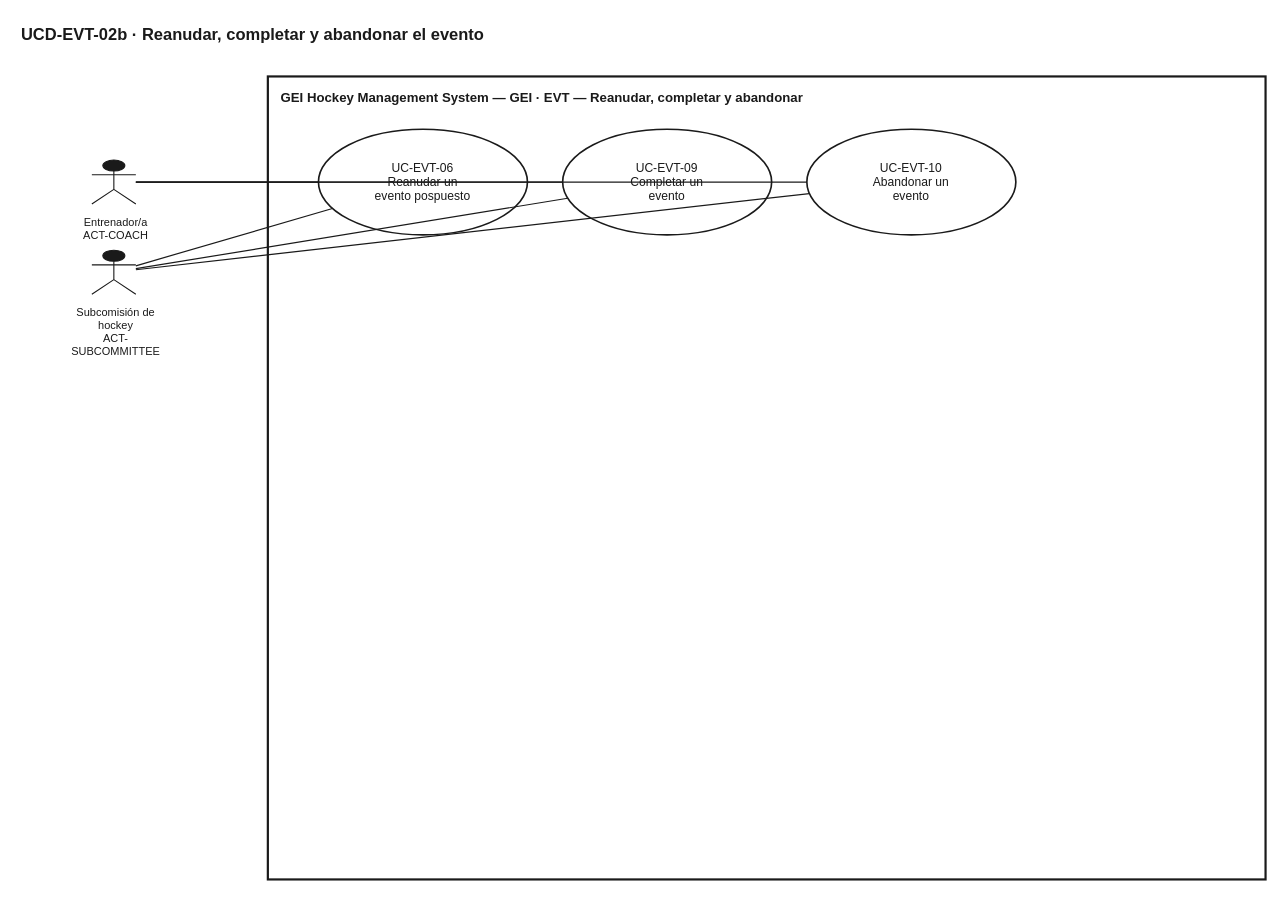
Before: docs/uml/use-cases/source/UCD-EVT-02b__GEI_Event_State_Transitions.drawio in xeyroxpagode/Cluber, a draw.io diagram. Source tidied: cells renumbered, new cells numbered last; positions are measured from the earlier drawing's top-left corner, leaving out a move shared by most shapes. Both pictures are drawn from the tidied source at 110%, with x=0, y=0 at pixel (19, 19).
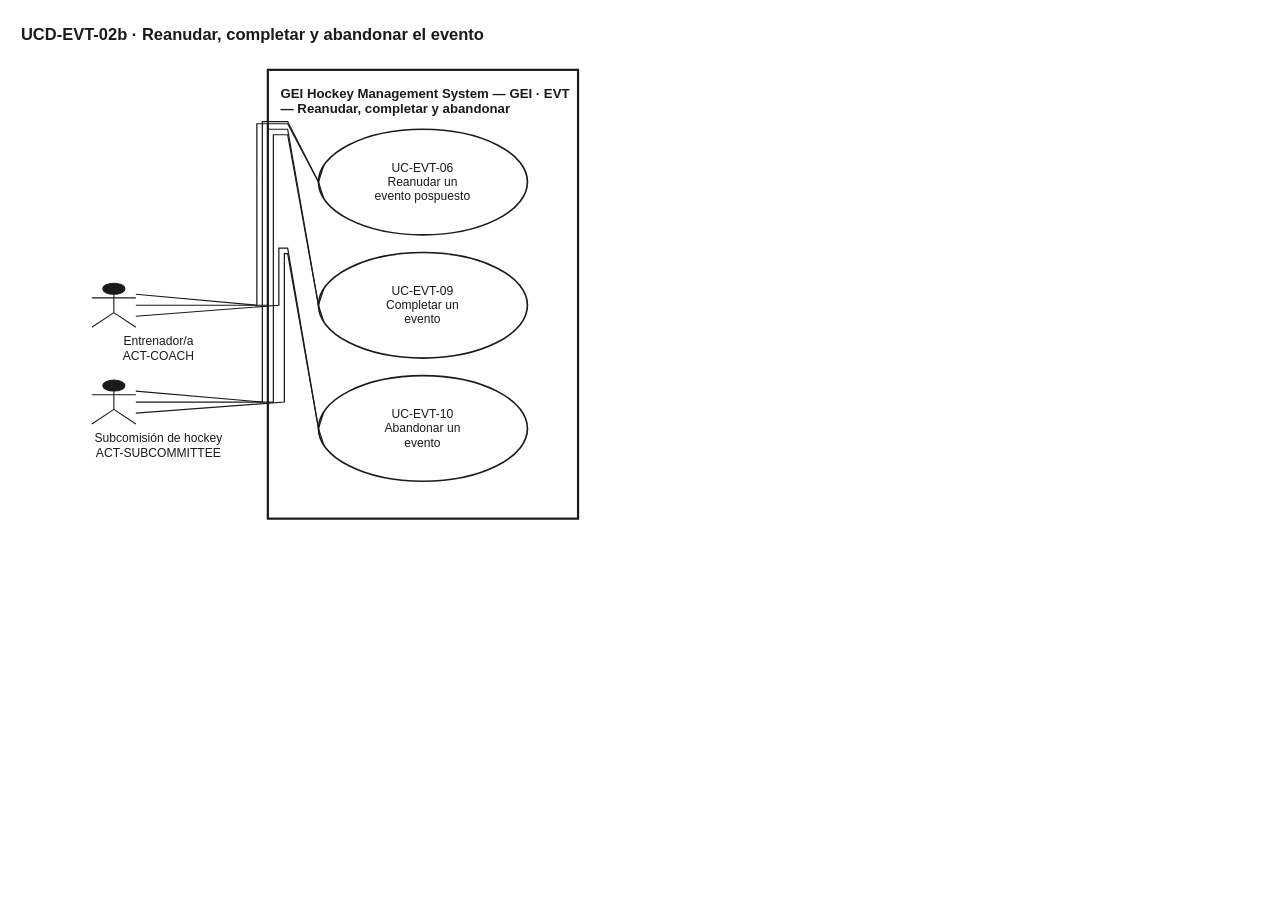
After the change.

Unchanged cells that the change refers to:
```xml
<mxCell id="4" value="UC-EVT-06&lt;br&gt;Reanudar un&lt;br&gt;evento pospuesto" style="ellipse;whiteSpace=wrap;html=1;fillColor=#FFFFFF;strokeColor=#1A1A1A;strokeWidth=1.5;fontFamily=Helvetica;fontSize=11;fontColor=#1A1A1A;align=center;verticalAlign=middle;" parent="1" vertex="1">
  <mxGeometry x="272" y="100" width="190" height="96" as="geometry" />
</mxCell>
```

What changed in the source:
```diff
@@
-    <mxCell id="3" value="GEI Hockey Management System — GEI · EVT — Reanudar, completar y abandonar" style="rounded=0;whiteSpace=wrap;html=1;fillColor=#FFFFFF;strokeColor=#1A1A1A;strokeWidth=2;verticalAlign=top;align=left;spacingLeft=10;spacingTop=6;fontFamily=Helvetica;fontSize=12;fontStyle=1;fontColor=#1A1A1A;" parent="1" vertex="1">
-      <mxGeometry x="226" y="52" width="907" height="730" as="geometry" />
+    <mxCell id="3" value="GEI Hockey Management System — GEI · EVT — Reanudar, completar y abandonar" style="rounded=0;whiteSpace=wrap;html=1;fillColor=#FFFFFF;strokeColor=#1A1A1A;strokeWidth=2;verticalAlign=top;align=left;spacingLeft=10;spacingTop=8;fontFamily=Helvetica;fontSize=12;fontStyle=1;fontColor=#1A1A1A;" parent="1" vertex="1">
+      <mxGeometry x="226" y="46" width="282" height="408" as="geometry" />
     </mxCell>
@@
     <mxCell id="5" value="UC-EVT-09&lt;br&gt;Completar un&lt;br&gt;evento" style="ellipse;whiteSpace=wrap;html=1;fillColor=#FFFFFF;strokeColor=#1A1A1A;strokeWidth=1.5;fontFamily=Helvetica;fontSize=11;fontColor=#1A1A1A;align=center;verticalAlign=middle;" parent="1" vertex="1">
-      <mxGeometry x="494" y="100" width="190" height="96" as="geometry" />
+      <mxGeometry x="272" y="212" width="190" height="96" as="geometry" />
     </mxCell>
     <mxCell id="6" value="UC-EVT-10&lt;br&gt;Abandonar un&lt;br&gt;evento" style="ellipse;whiteSpace=wrap;html=1;fillColor=#FFFFFF;strokeColor=#1A1A1A;strokeWidth=1.5;fontFamily=Helvetica;fontSize=11;fontColor=#1A1A1A;align=center;verticalAlign=middle;" parent="1" vertex="1">
-      <mxGeometry x="716" y="100" width="190" height="96" as="geometry" />
+      <mxGeometry x="272" y="324" width="190" height="96" as="geometry" />
     </mxCell>
-    <mxCell id="7" style="shape=umlActor;html=1;verticalLabelPosition=bottom;verticalAlign=top;align=center;labelBackgroundColor=#FFFFFF;fontFamily=Helvetica;fontSize=10;fontColor=#1A1A1A;strokeColor=#1A1A1A;fillColor=#1A1A1A;" parent="1" vertex="1">
-      <mxGeometry x="66" y="128" width="40" height="40" as="geometry" />
+    <mxCell id="7" style="shape=umlActor;html=1;verticalLabelPosition=bottom;verticalAlign=top;align=center;labelBackgroundColor=#FFFFFF;fontFamily=Helvetica;fontSize=11;fontColor=#1A1A1A;strokeColor=#1A1A1A;fillColor=#1A1A1A;" parent="1" vertex="1">
+      <mxGeometry x="66" y="240" width="40" height="40" as="geometry" />
     </mxCell>
-    <mxCell id="8" value="Entrenador/a&lt;br&gt;ACT-COACH" style="text;html=1;strokeColor=none;fillColor=none;align=center;verticalAlign=top;fontFamily=Helvetica;fontSize=10;fontColor=#1A1A1A;whiteSpace=wrap;" parent="1" vertex="1">
-      <mxGeometry x="42" y="172" width="92" height="26" as="geometry" />
+    <mxCell id="8" value="Entrenador/a&lt;br&gt;ACT-COACH" style="text;html=1;strokeColor=none;fillColor=none;align=center;verticalAlign=top;fontFamily=Helvetica;fontSize=11;fontColor=#1A1A1A;whiteSpace=wrap;" parent="1" vertex="1">
+      <mxGeometry x="42" y="280" width="170" height="28" as="geometry" />
     </mxCell>
-    <mxCell id="9" style="shape=umlActor;html=1;verticalLabelPosition=bottom;verticalAlign=top;align=center;labelBackgroundColor=#FFFFFF;fontFamily=Helvetica;fontSize=10;fontColor=#1A1A1A;strokeColor=#1A1A1A;fillColor=#1A1A1A;" parent="1" vertex="1">
-      <mxGeometry x="66" y="210" width="40" height="40" as="geometry" />
+    <mxCell id="9" style="shape=umlActor;html=1;verticalLabelPosition=bottom;verticalAlign=top;align=center;labelBackgroundColor=#FFFFFF;fontFamily=Helvetica;fontSize=11;fontColor=#1A1A1A;strokeColor=#1A1A1A;fillColor=#1A1A1A;" parent="1" vertex="1">
+      <mxGeometry x="66" y="328" width="40" height="40" as="geometry" />
     </mxCell>
-    <mxCell id="10" value="Subcomisión de&lt;br&gt;hockey&lt;br&gt;ACT-SUBCOMMITTEE" style="text;html=1;strokeColor=none;fillColor=none;align=center;verticalAlign=top;fontFamily=Helvetica;fontSize=10;fontColor=#1A1A1A;whiteSpace=wrap;" parent="1" vertex="1">
-      <mxGeometry x="42" y="254" width="92" height="39" as="geometry" />
+    <mxCell id="10" value="Subcomisión de hockey&lt;br&gt;ACT-SUBCOMMITTEE" style="text;html=1;strokeColor=none;fillColor=none;align=center;verticalAlign=top;fontFamily=Helvetica;fontSize=11;fontColor=#1A1A1A;whiteSpace=wrap;" parent="1" vertex="1">
+      <mxGeometry x="42" y="368" width="170" height="28" as="geometry" />
     </mxCell>
-    <mxCell id="11" style="endArrow=none;html=1;rounded=0;strokeColor=#1A1A1A;strokeWidth=1.1;" parent="1" edge="1" source="9" target="6">
-      <mxGeometry relative="1" as="geometry" />
+    <mxCell id="11" style="endArrow=none;html=1;rounded=0;strokeColor=#1A1A1A;strokeWidth=1.1;exitX=1;exitY=0.25;exitDx=0;exitDy=0;entryX=0;entryY=0.3333333333333333;entryDx=0;entryDy=0;" parent="1" edge="1" source="7" target="4">
+      <mxGeometry relative="1" as="geometry">
+        <Array as="points">
+          <mxPoint x="216" y="260" />
+          <mxPoint x="216" y="95" />
+          <mxPoint x="244" y="95" />
+          <mxPoint x="272" y="148" />
+        </Array>
+      </mxGeometry>
     </mxCell>
-    <mxCell id="12" style="endArrow=none;html=1;rounded=0;strokeColor=#1A1A1A;strokeWidth=1.1;" parent="1" edge="1" source="9" target="5">
-      <mxGeometry relative="1" as="geometry" />
+    <mxCell id="12" style="endArrow=none;html=1;rounded=0;strokeColor=#1A1A1A;strokeWidth=1.1;exitX=1;exitY=0.25;exitDx=0;exitDy=0;entryX=0;entryY=0.6666666666666666;entryDx=0;entryDy=0;" parent="1" edge="1" source="9" target="4">
+      <mxGeometry relative="1" as="geometry">
+        <Array as="points">
+          <mxPoint x="221" y="348" />
+          <mxPoint x="221" y="93" />
+          <mxPoint x="244" y="93" />
+          <mxPoint x="272" y="148" />
+        </Array>
+      </mxGeometry>
     </mxCell>
-    <mxCell id="13" style="endArrow=none;html=1;rounded=0;strokeColor=#1A1A1A;strokeWidth=1.1;" parent="1" edge="1" source="9" target="4">
-      <mxGeometry relative="1" as="geometry" />
+    <mxCell id="13" style="endArrow=none;html=1;rounded=0;strokeColor=#1A1A1A;strokeWidth=1.1;exitX=1;exitY=0.5;exitDx=0;exitDy=0;entryX=0;entryY=0.3333333333333333;entryDx=0;entryDy=0;" parent="1" edge="1" source="7" target="5">
+      <mxGeometry relative="1" as="geometry">
+        <Array as="points">
+          <mxPoint x="226" y="260" />
+          <mxPoint x="226" y="100" />
+          <mxPoint x="244" y="100" />
+          <mxPoint x="272" y="260" />
+        </Array>
+      </mxGeometry>
     </mxCell>
-    <mxCell id="14" style="endArrow=none;html=1;rounded=0;strokeColor=#1A1A1A;strokeWidth=1.1;" parent="1" edge="1" source="7" target="6">
-      <mxGeometry relative="1" as="geometry" />
+    <mxCell id="14" style="endArrow=none;html=1;rounded=0;strokeColor=#1A1A1A;strokeWidth=1.1;exitX=1;exitY=0.5;exitDx=0;exitDy=0;entryX=0;entryY=0.6666666666666666;entryDx=0;entryDy=0;" parent="1" edge="1" source="9" target="5">
+      <mxGeometry relative="1" as="geometry">
+        <Array as="points">
+          <mxPoint x="231" y="348" />
+          <mxPoint x="231" y="105" />
+          <mxPoint x="244" y="105" />
+          <mxPoint x="272" y="260" />
+        </Array>
+      </mxGeometry>
     </mxCell>
-    <mxCell id="15" style="endArrow=none;html=1;rounded=0;strokeColor=#1A1A1A;strokeWidth=1.1;" parent="1" edge="1" source="7" target="5">
-      <mxGeometry relative="1" as="geometry" />
+    <mxCell id="15" style="endArrow=none;html=1;rounded=0;strokeColor=#1A1A1A;strokeWidth=1.1;exitX=1;exitY=0.75;exitDx=0;exitDy=0;entryX=0;entryY=0.3333333333333333;entryDx=0;entryDy=0;" parent="1" edge="1" source="7" target="6">
+      <mxGeometry relative="1" as="geometry">
+        <Array as="points">
+          <mxPoint x="236" y="260" />
+          <mxPoint x="236" y="208" />
+          <mxPoint x="244" y="208" />
+          <mxPoint x="272" y="372" />
+        </Array>
+      </mxGeometry>
     </mxCell>
-    <mxCell id="16" style="endArrow=none;html=1;rounded=0;strokeColor=#1A1A1A;strokeWidth=1.1;" parent="1" edge="1" source="7" target="4">
-      <mxGeometry relative="1" as="geometry" />
+    <mxCell id="16" style="endArrow=none;html=1;rounded=0;strokeColor=#1A1A1A;strokeWidth=1.1;exitX=1;exitY=0.75;exitDx=0;exitDy=0;entryX=0;entryY=0.6666666666666666;entryDx=0;entryDy=0;" parent="1" edge="1" source="9" target="6">
+      <mxGeometry relative="1" as="geometry">
+        <Array as="points">
+          <mxPoint x="241" y="348" />
+          <mxPoint x="241" y="213" />
+          <mxPoint x="244" y="213" />
+          <mxPoint x="272" y="372" />
+        </Array>
+      </mxGeometry>
     </mxCell>
```
